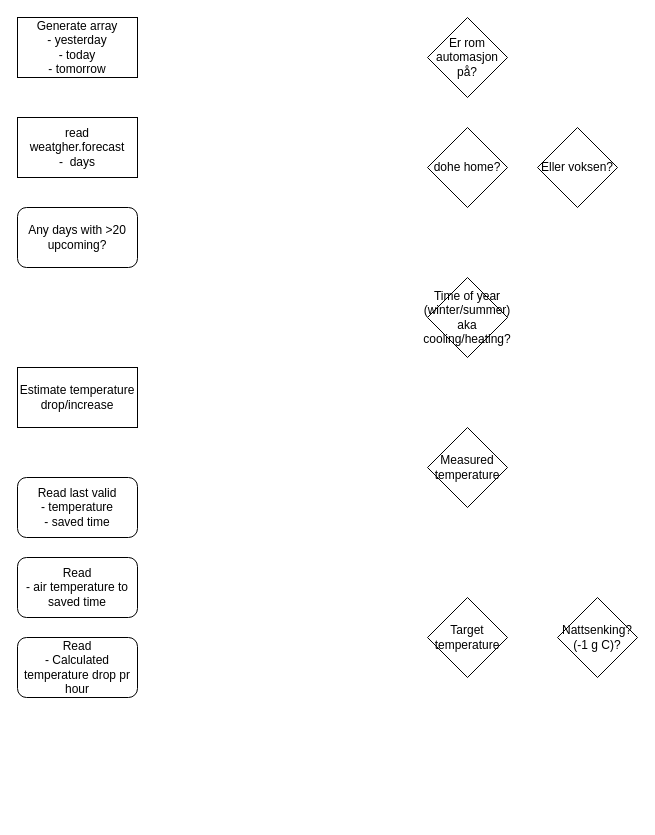
The draw.io diagram Heating.drawio in DagOveH/Home-Assistant, before the edit. Source tidied: cells renumbered, new cells numbered last; positions are measured from the earlier drawing's top-left corner, leaving out a move shared by most shapes. Both pictures are drawn from the tidied source at 100%, with x=0, y=0 at pixel (17, 17).
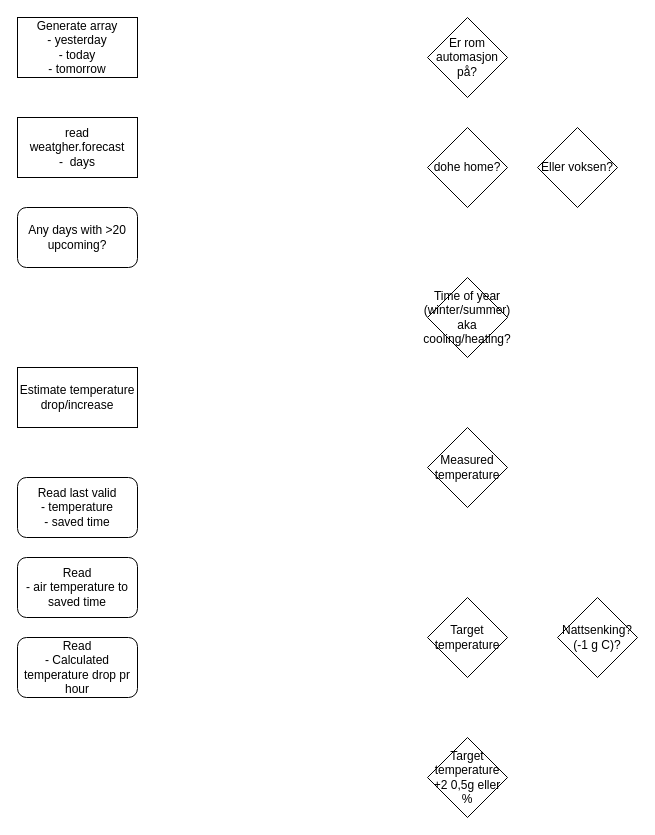
Above is the later version.

Change to the diagram source:
```diff
@@
 <mxGraphModel>
   <root>
     <mxCell id="0" />
     <mxCell id="1" parent="0" />
     <mxCell id="2" value="Estimate temperature drop/increase" style="rounded=0;whiteSpace=wrap;html=1;" parent="1" vertex="1">
       <mxGeometry y="350" width="120" height="60" as="geometry" />
     </mxCell>
     <mxCell id="3" value="Read last valid&lt;div&gt;- temperature&lt;/div&gt;&lt;div&gt;- saved time&lt;/div&gt;" style="rounded=1;whiteSpace=wrap;html=1;" parent="1" vertex="1">
       <mxGeometry y="460" width="120" height="60" as="geometry" />
     </mxCell>
     <mxCell id="4" value="Read&lt;div&gt;- air temperature to saved time&lt;/div&gt;" style="rounded=1;whiteSpace=wrap;html=1;" parent="1" vertex="1">
       <mxGeometry y="540" width="120" height="60" as="geometry" />
     </mxCell>
     <mxCell id="5" value="Read&lt;div&gt;- Calculated temperature drop pr hour&lt;/div&gt;" style="rounded=1;whiteSpace=wrap;html=1;" parent="1" vertex="1">
       <mxGeometry y="620" width="120" height="60" as="geometry" />
     </mxCell>
     <mxCell id="6" value="Generate array&lt;div&gt;- yesterday&lt;/div&gt;&lt;div&gt;- today&lt;/div&gt;&lt;div&gt;- tomorrow&lt;/div&gt;" style="rounded=0;whiteSpace=wrap;html=1;" parent="1" vertex="1">
       <mxGeometry width="120" height="60" as="geometry" />
     </mxCell>
     <mxCell id="7" value="Any days with &amp;gt;20 upcoming?" style="rounded=1;whiteSpace=wrap;html=1;" parent="1" vertex="1">
       <mxGeometry y="190" width="120" height="60" as="geometry" />
     </mxCell>
     <mxCell id="8" value="read weatgher.forecast&lt;div&gt;-&amp;nbsp; days&lt;/div&gt;" style="rounded=0;whiteSpace=wrap;html=1;" parent="1" vertex="1">
       <mxGeometry y="100" width="120" height="60" as="geometry" />
     </mxCell>
     <mxCell id="9" value="dohe home?" style="rhombus;whiteSpace=wrap;html=1;" parent="1" vertex="1">
       <mxGeometry x="410" y="110" width="80" height="80" as="geometry" />
     </mxCell>
     <mxCell id="10" value="Time of year&lt;div&gt;(winter/summer) aka cooling/heating?&lt;/div&gt;" style="rhombus;whiteSpace=wrap;html=1;" parent="1" vertex="1">
       <mxGeometry x="410" y="260" width="80" height="80" as="geometry" />
     </mxCell>
     <mxCell id="11" value="Measured temperature" style="rhombus;whiteSpace=wrap;html=1;" parent="1" vertex="1">
       <mxGeometry x="410" y="410" width="80" height="80" as="geometry" />
     </mxCell>
     <mxCell id="12" value="Target temperature" style="rhombus;whiteSpace=wrap;html=1;" parent="1" vertex="1">
       <mxGeometry x="410" y="580" width="80" height="80" as="geometry" />
     </mxCell>
     <mxCell id="13" value="Eller voksen?" style="rhombus;whiteSpace=wrap;html=1;" parent="1" vertex="1">
       <mxGeometry x="520" y="110" width="80" height="80" as="geometry" />
     </mxCell>
     <mxCell id="14" value="Er rom automasjon på?" style="rhombus;whiteSpace=wrap;html=1;" parent="1" vertex="1">
       <mxGeometry x="410" width="80" height="80" as="geometry" />
     </mxCell>
     <mxCell id="15" value="Nattsenking?&lt;br&gt;(-1 g C)?" style="rhombus;whiteSpace=wrap;html=1;" parent="1" vertex="1">
       <mxGeometry x="540" y="580" width="80" height="80" as="geometry" />
     </mxCell>
+    <mxCell id="16" value="Target temperature&lt;br&gt;+2 0,5g eller %" style="rhombus;whiteSpace=wrap;html=1;" parent="1" vertex="1">
+      <mxGeometry x="410" y="720" width="80" height="80" as="geometry" />
+    </mxCell>
   </root>
 </mxGraphModel>
```
